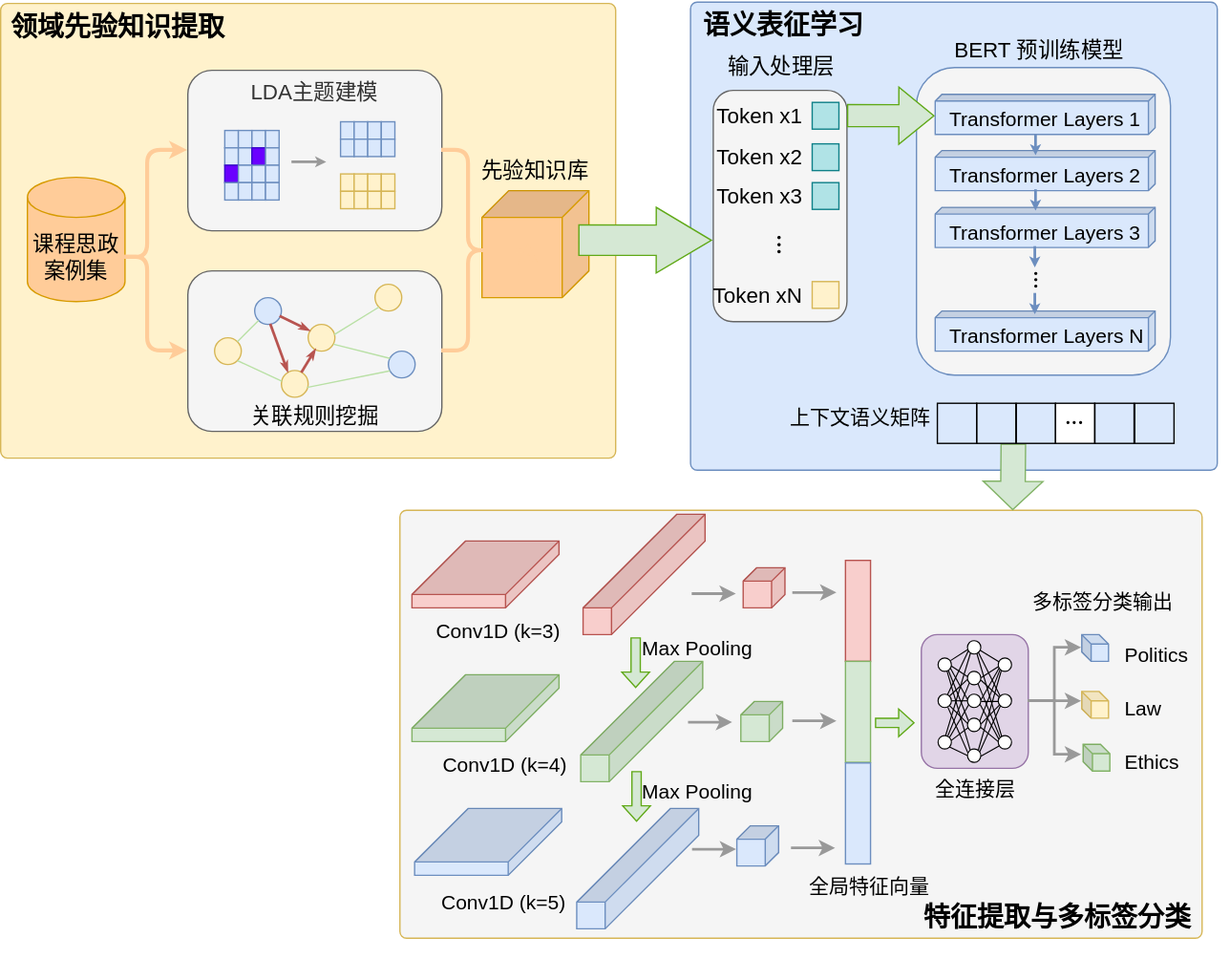
Before: 1.16小论文（思政元素）模型架构图.drawio.svg, a diagram exported from draw.io (handsome-tony/picture). Source tidied: cells renumbered, new cells last; positions are measured from the earlier drawing's top-left corner, leaving out a move shared by most shapes.
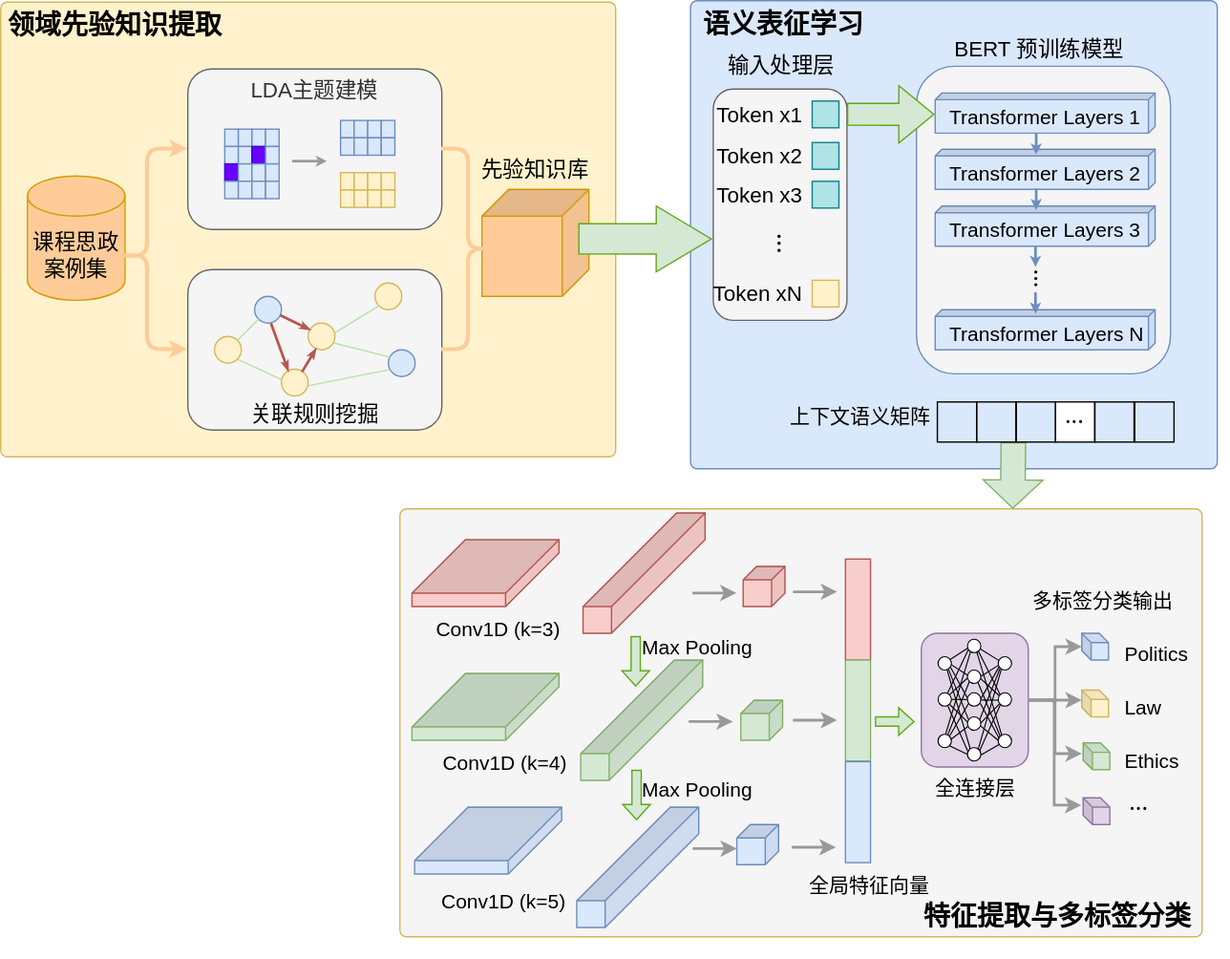
After the commit.

Commit message:
更新1.16小论文（思政元素）模型架构图.drawio.svg

The edit, as a diff of the source:
```diff
@@ -644,7 +644,22 @@
       <mxGeometry x="793.5" y="306.5" width="18.9" height="9" as="geometry" />
     </mxCell>
     <mxCell id="181" value="&lt;span style=&quot;color: rgb(0, 0, 0); font-family: Helvetica; font-size: 20px; font-style: normal; font-variant-ligatures: normal; font-variant-caps: normal; font-weight: 700; letter-spacing: normal; orphans: 2; text-align: left; text-indent: 0px; text-transform: none; widows: 2; word-spacing: 0px; -webkit-text-stroke-width: 0px; white-space: normal; text-decoration-thickness: initial; text-decoration-style: initial; text-decoration-color: initial; float: none; display: inline !important;&quot;&gt;领域先验知识提取&lt;/span&gt;" style="text;whiteSpace=wrap;html=1;labelBackgroundColor=none;" parent="1" vertex="1">
-      <mxGeometry x="6" y="1" width="190" height="50" as="geometry" />
+      <mxGeometry x="4" y="1" width="190" height="50" as="geometry" />
     </mxCell>
+    <mxCell id="182" value="&lt;font face=&quot;Times New Roman&quot; style=&quot;font-size: 19px;&quot;&gt;...&lt;/font&gt;" style="text;html=1;whiteSpace=wrap;strokeColor=none;fillColor=none;align=center;verticalAlign=middle;rounded=0;" parent="1" vertex="1">
+      <mxGeometry x="842" y="596" width="18.9" height="9" as="geometry" />
+    </mxCell>
+    <mxCell id="183" style="edgeStyle=orthogonalEdgeStyle;rounded=0;jettySize=auto;html=1;strokeColor=#999999;strokeWidth=2;exitX=1;exitY=0.5;exitDx=0;exitDy=0;" parent="1" edge="1" source="106">
+      <mxGeometry relative="1" as="geometry">
+        <mxPoint x="808.3" y="602.5" as="targetPoint" />
+        <Array as="points">
+          <mxPoint x="788" y="524" />
+          <mxPoint x="788" y="603" />
+        </Array>
+      </mxGeometry>
+    </mxCell>
+    <mxCell id="184" style="shape=cube;whiteSpace=wrap;html=1;boundedLbl=1;backgroundOutline=1;size=7;fillColor=#e1d5e7;darkOpacity=0.05;darkOpacity2=0.1;strokeColor=#9673a6;" parent="1" vertex="1">
+      <mxGeometry x="809.6" y="597" width="20" height="20" as="geometry" />
+    </mxCell>
   </root>
 </mxGraphModel>
```
